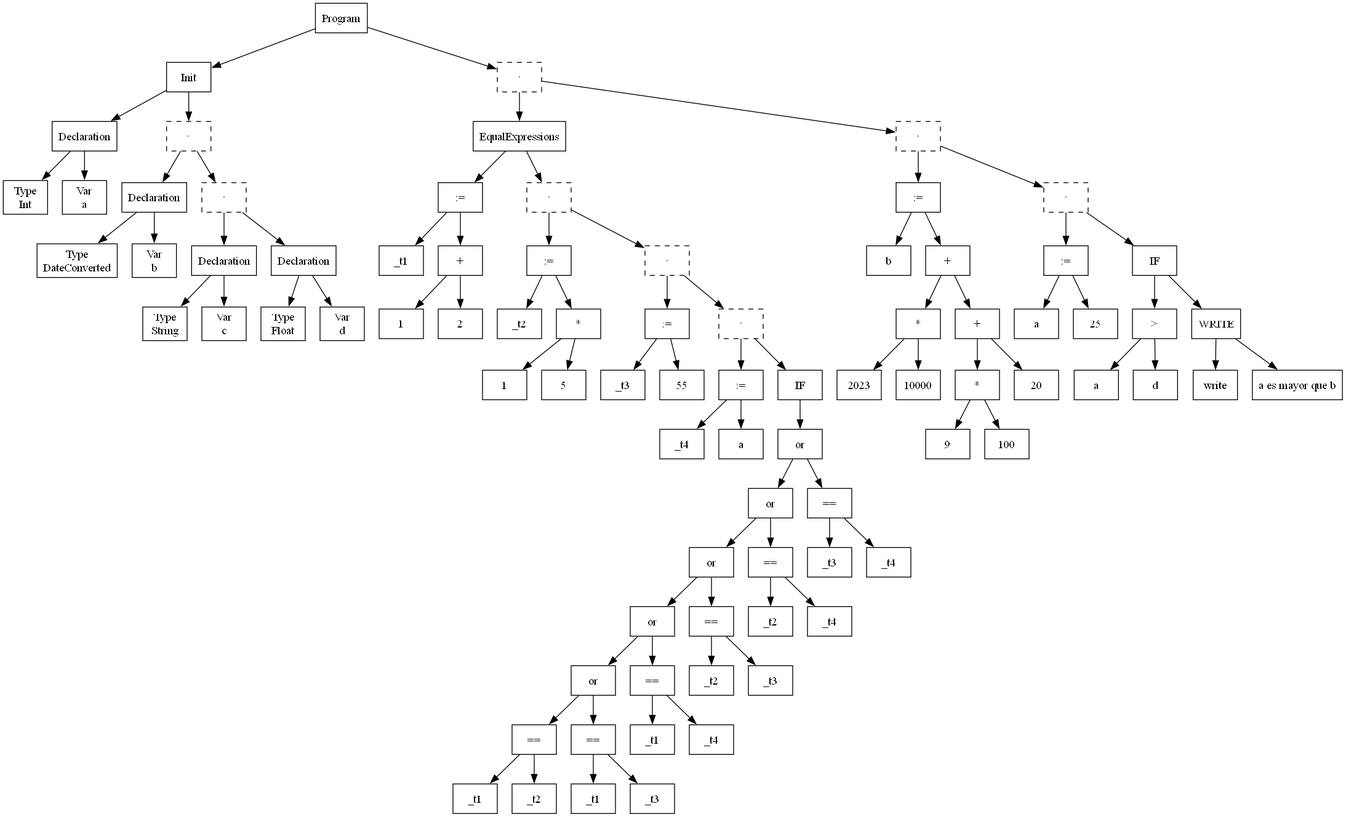
This is intermediate-code.png from Ailenpadilla/my-compiler, a Graphviz export, as it was before one commit. Its source is kept beside it as intermediate-code.dot.
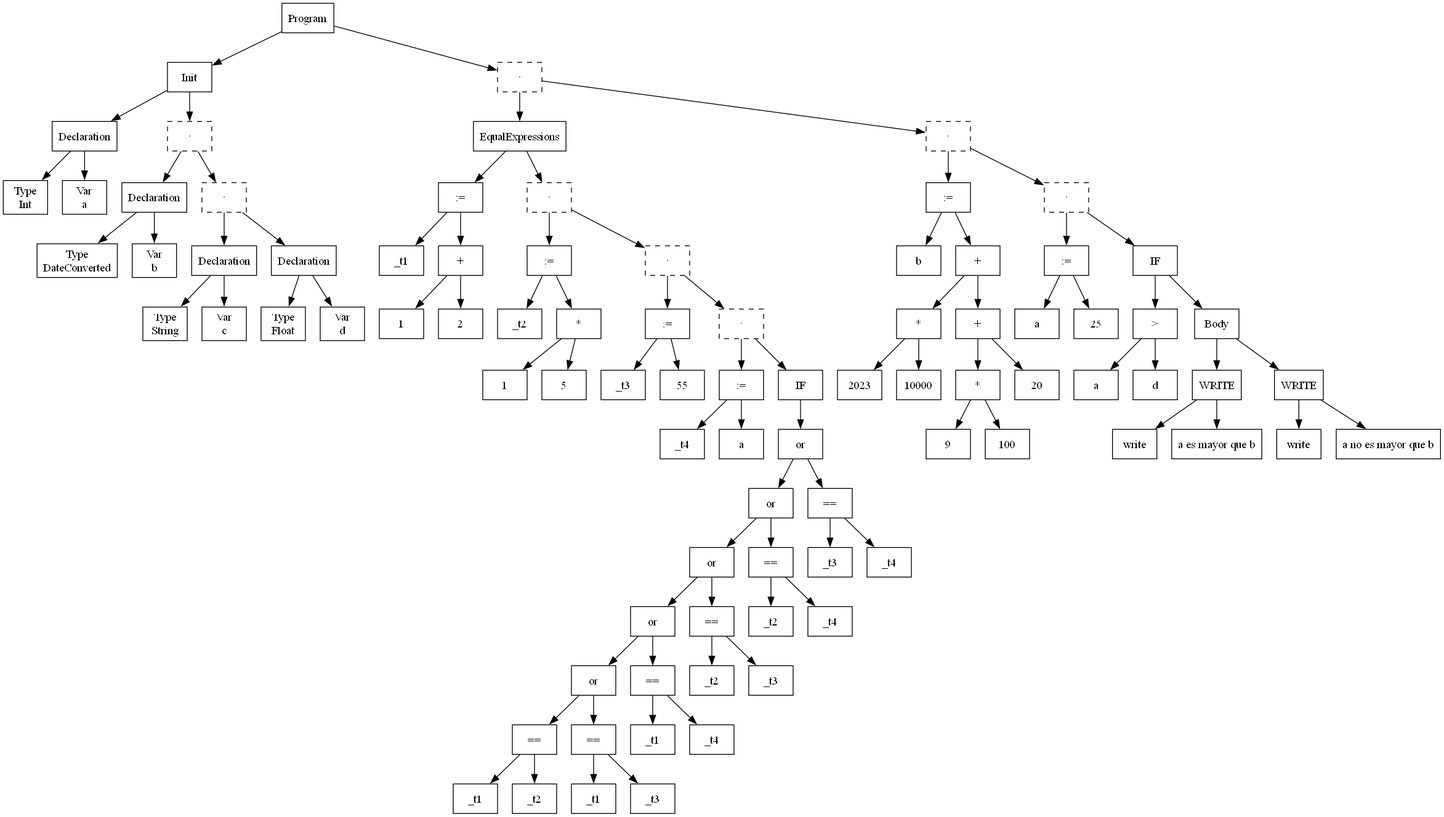
Above is the later version.

Commit message:
structure the code

Diff of the diagram source:
```diff
@@ -159,11 +159,19 @@
   n79 -> n81;
   n81 [label="d"];
   n78 -> n82;
-  n82 [label="WRITE"];
-  n83 [label="write"];
+  n82 [label="Body"];
   n82 -> n83;
-  n84 [label="a es mayor que b"];
-  n82 -> n84;
+  n83 [label="WRITE"];
+  n84 [label="write"];
+  n83 -> n84;
+  n85 [label="a es mayor que b"];
+  n83 -> n85;
+  n82 -> n86;
+  n86 [label="WRITE"];
+  n87 [label="write"];
+  n86 -> n87;
+  n88 [label="a no es mayor que b"];
+  n86 -> n88;
   n62 -> n74;
   n17 -> n62;
   n1 -> n17;
```
